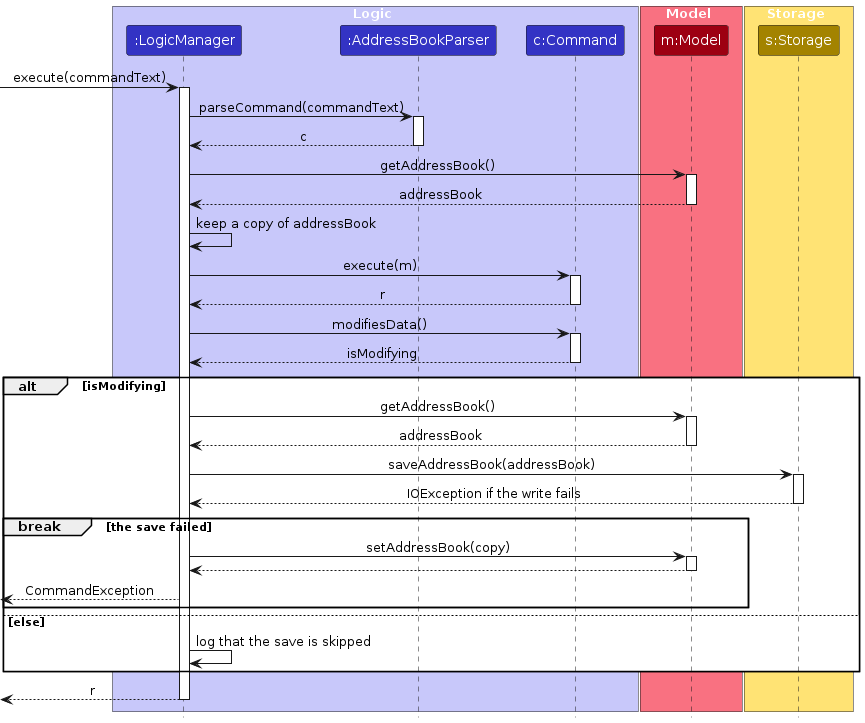
Before: diagrams/SaveSequenceDiagram.png, a diagram exported from PlantUML (AY2627S1-CS2103T-T08-1/tp). Its source is kept beside it as diagrams/SaveSequenceDiagram.puml.
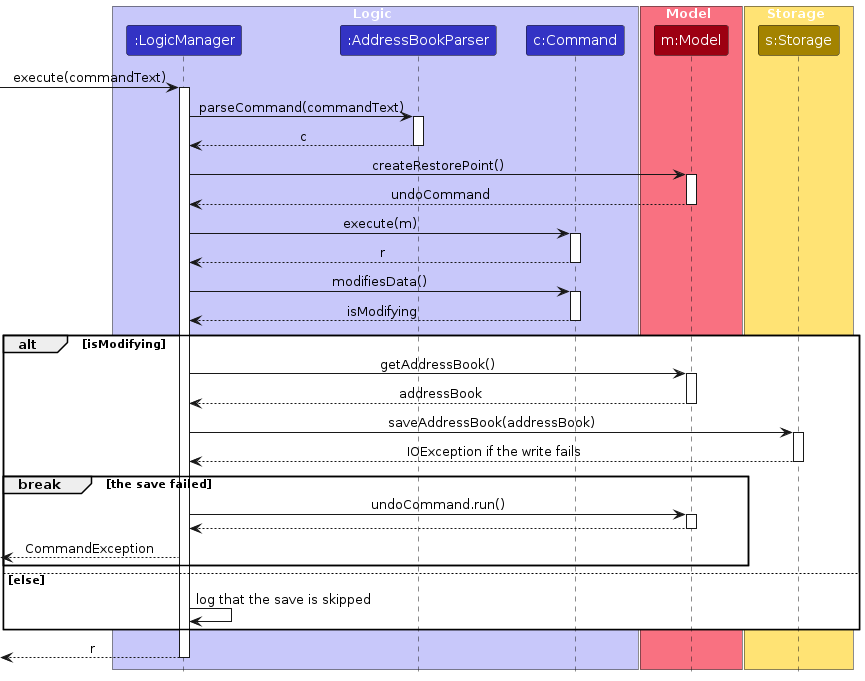
The same file after the commit.

What changed in the source:
```diff
@@ -25,13 +25,11 @@
 AddressBookParser --> LogicManager : c
 deactivate AddressBookParser
 
-LogicManager -> Model : getAddressBook()
+LogicManager -> Model : createRestorePoint()
 activate Model
 
-Model --> LogicManager : addressBook
+Model --> LogicManager : undoCommand
 deactivate Model
-
-LogicManager -> LogicManager : keep a copy of addressBook
 
 LogicManager -> Command : execute(m)
 activate Command
@@ -59,7 +57,7 @@
     deactivate Storage
 
     break the save failed
-        LogicManager -> Model : setAddressBook(copy)
+        LogicManager -> Model : undoCommand.run()
         activate Model
 
         Model --> LogicManager
```
